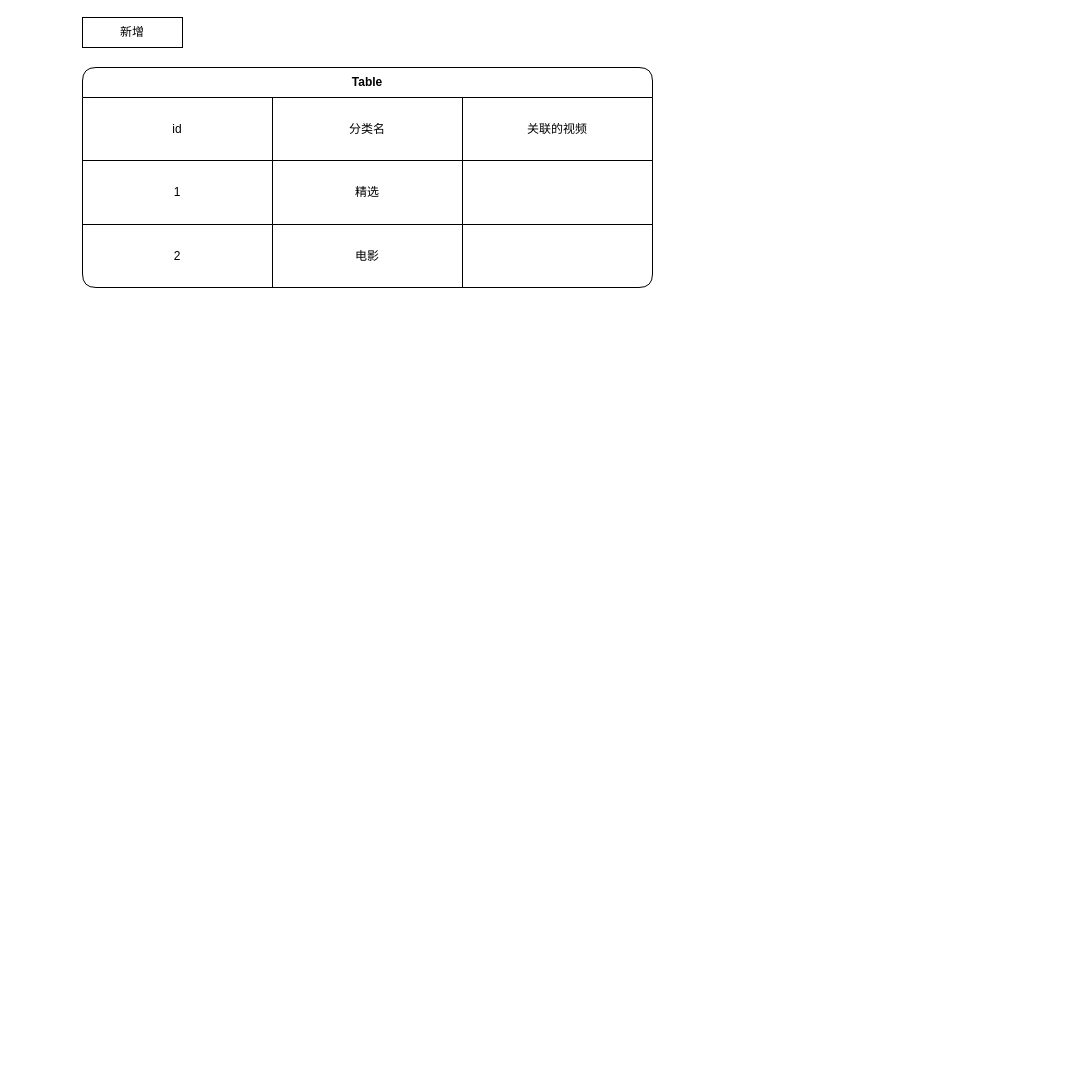
Earlier version of the draw.io diagram Untitled Diagram.drawio (sallypanda/myCharts). Source tidied: cells renumbered, new cells numbered last; positions are measured from the earlier drawing's top-left corner, leaving out a move shared by most shapes. Both pictures are drawn from the tidied source at 100%, with x=0, y=0 at pixel (82, 17).
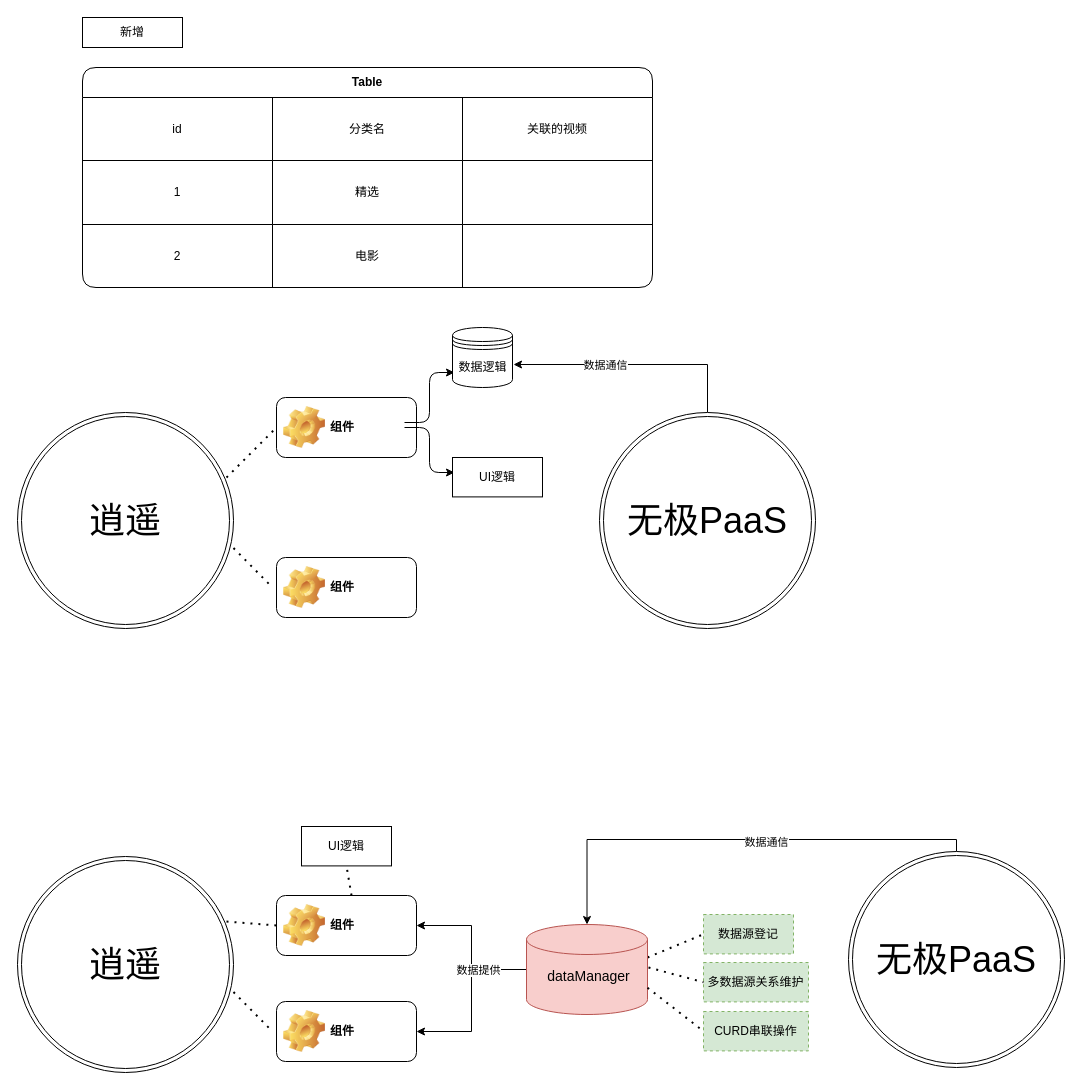
Above is the later version.

What changed in the source:
```diff
@@
+    <mxCell id="16" value="组件" style="label;whiteSpace=wrap;html=1;image=img/clipart/Gear_128x128.png;" parent="1" vertex="1">
+      <mxGeometry x="194" y="380" width="140" height="60" as="geometry" />
+    </mxCell>
+    <mxCell id="17" style="edgeStyle=elbowEdgeStyle;elbow=horizontal;endArrow=classic;html=1;" parent="1" edge="1">
+      <mxGeometry relative="1" as="geometry">
+        <mxPoint x="322" y="405" as="sourcePoint" />
+        <mxPoint x="372" y="355" as="targetPoint" />
+      </mxGeometry>
+    </mxCell>
+    <mxCell id="18" style="shape=datastore;whiteSpace=wrap;html=1;" parent="1" vertex="1">
+      <mxGeometry x="370" y="310" width="60" height="60" as="geometry" />
+    </mxCell>
+    <mxCell id="19" value="数据逻辑" style="text;html=1;align=center;verticalAlign=middle;points=[];" parent="1" vertex="1">
+      <mxGeometry x="370" y="340" width="60" height="20" as="geometry" />
+    </mxCell>
+    <mxCell id="20" style="edgeStyle=elbowEdgeStyle;elbow=horizontal;endArrow=classic;html=1;" parent="1" edge="1">
+      <mxGeometry relative="1" as="geometry">
+        <mxPoint x="322" y="410" as="sourcePoint" />
+        <mxPoint x="372" y="455" as="targetPoint" />
+        <Array as="points">
+          <mxPoint x="347" y="425" />
+        </Array>
+      </mxGeometry>
+    </mxCell>
+    <mxCell id="21" value="UI逻辑" style="html=1;whiteSpace=wrap;" parent="1" vertex="1">
+      <mxGeometry x="370" y="440" width="90" height="39.4" as="geometry" />
+    </mxCell>
+    <mxCell id="22" value="组件" style="label;whiteSpace=wrap;html=1;image=img/clipart/Gear_128x128.png;" parent="1" vertex="1">
+      <mxGeometry x="194" y="540" width="140" height="60" as="geometry" />
+    </mxCell>
+    <mxCell id="23" style="endArrow=none;dashed=1;html=1;dashPattern=1 3;strokeWidth=2;" parent="1" edge="1">
+      <mxGeometry relative="1" as="geometry">
+        <mxPoint x="144" y="460" as="sourcePoint" />
+        <mxPoint x="194" y="410" as="targetPoint" />
+      </mxGeometry>
+    </mxCell>
+    <mxCell id="24" style="endArrow=none;dashed=1;html=1;dashPattern=1 3;strokeWidth=2;" parent="1" edge="1">
+      <mxGeometry relative="1" as="geometry">
+        <mxPoint x="151" y="530.5" as="sourcePoint" />
+        <mxPoint x="190" y="570" as="targetPoint" />
+      </mxGeometry>
+    </mxCell>
+    <mxCell id="25" value="&lt;span style=&quot;font-size: 36px&quot;&gt;逍遥&lt;/span&gt;" style="ellipse;shape=doubleEllipse;whiteSpace=wrap;html=1;" parent="1" vertex="1">
+      <mxGeometry x="-65" y="395" width="216" height="216" as="geometry" />
+    </mxCell>
+    <mxCell id="26" style="edgeStyle=orthogonalEdgeStyle;rounded=0;jettySize=auto;html=1;exitX=0.5;exitY=0;exitDx=0;exitDy=0;entryX=1.017;entryY=0.35;entryDx=0;entryDy=0;entryPerimeter=0;" parent="1" edge="1" source="28" target="19">
+      <mxGeometry relative="1" as="geometry" />
+    </mxCell>
+    <mxCell id="27" value="数据通信" style="edgeLabel;html=1;align=center;verticalAlign=middle;" parent="26" vertex="1">
+      <mxGeometry x="0.25" relative="1" as="geometry" />
+    </mxCell>
+    <mxCell id="28" value="&lt;span style=&quot;font-size: 36px&quot;&gt;无极PaaS&lt;/span&gt;" style="ellipse;shape=doubleEllipse;whiteSpace=wrap;html=1;" parent="1" vertex="1">
+      <mxGeometry x="517" y="395" width="216" height="216" as="geometry" />
+    </mxCell>
+    <mxCell id="29" value="组件" style="label;whiteSpace=wrap;html=1;image=img/clipart/Gear_128x128.png;" parent="1" vertex="1">
+      <mxGeometry x="194" y="878" width="140" height="60" as="geometry" />
+    </mxCell>
+    <mxCell id="30" value="UI逻辑" style="html=1;whiteSpace=wrap;" parent="1" vertex="1">
+      <mxGeometry x="219" y="809" width="90" height="39.4" as="geometry" />
+    </mxCell>
+    <mxCell id="31" value="组件" style="label;whiteSpace=wrap;html=1;image=img/clipart/Gear_128x128.png;" parent="1" vertex="1">
+      <mxGeometry x="194" y="984" width="140" height="60" as="geometry" />
+    </mxCell>
+    <mxCell id="32" style="endArrow=none;dashed=1;html=1;dashPattern=1 3;strokeWidth=2;entryX=0;entryY=0.5;entryDx=0;entryDy=0;" parent="1" edge="1" target="29">
+      <mxGeometry relative="1" as="geometry">
+        <mxPoint x="144" y="904" as="sourcePoint" />
+      </mxGeometry>
+    </mxCell>
+    <mxCell id="33" style="endArrow=none;dashed=1;html=1;dashPattern=1 3;strokeWidth=2;" parent="1" edge="1">
+      <mxGeometry relative="1" as="geometry">
+        <mxPoint x="151" y="974.5" as="sourcePoint" />
+        <mxPoint x="190" y="1014" as="targetPoint" />
+      </mxGeometry>
+    </mxCell>
+    <mxCell id="34" value="&lt;span style=&quot;font-size: 36px&quot;&gt;逍遥&lt;/span&gt;" style="ellipse;shape=doubleEllipse;whiteSpace=wrap;html=1;" parent="1" vertex="1">
+      <mxGeometry x="-65" y="839" width="216" height="216" as="geometry" />
+    </mxCell>
+    <mxCell id="35" style="edgeStyle=orthogonalEdgeStyle;rounded=0;jettySize=auto;html=1;exitX=0.5;exitY=0;exitDx=0;exitDy=0;entryX=0.5;entryY=0;entryDx=0;entryDy=0;entryPerimeter=0;" parent="1" edge="1" source="37" target="44">
+      <mxGeometry relative="1" as="geometry">
+        <Array as="points">
+          <mxPoint x="874" y="822" />
+          <mxPoint x="505" y="822" />
+        </Array>
+      </mxGeometry>
+    </mxCell>
+    <mxCell id="36" value="数据通信" style="edgeLabel;html=1;align=center;verticalAlign=middle;" parent="35" vertex="1">
+      <mxGeometry x="-0.13" y="2" relative="1" as="geometry" />
+    </mxCell>
+    <mxCell id="37" value="&lt;span style=&quot;font-size: 36px&quot;&gt;无极PaaS&lt;/span&gt;" style="ellipse;shape=doubleEllipse;whiteSpace=wrap;html=1;" parent="1" vertex="1">
+      <mxGeometry x="766" y="834" width="216" height="216" as="geometry" />
+    </mxCell>
+    <mxCell id="38" style="endArrow=none;dashed=1;html=1;dashPattern=1 3;strokeWidth=2;entryX=0;entryY=0.5;entryDx=0;entryDy=0;" parent="1" edge="1" target="46">
+      <mxGeometry relative="1" as="geometry">
+        <mxPoint x="565" y="940" as="sourcePoint" />
+      </mxGeometry>
+    </mxCell>
+    <mxCell id="39" style="edgeStyle=orthogonalEdgeStyle;rounded=0;jettySize=auto;html=1;" parent="1" edge="1" source="44" target="31">
+      <mxGeometry relative="1" as="geometry" />
+    </mxCell>
+    <mxCell id="40" style="edgeStyle=orthogonalEdgeStyle;rounded=0;jettySize=auto;html=1;entryX=1;entryY=0.5;entryDx=0;entryDy=0;" parent="1" edge="1" source="44" target="29">
+      <mxGeometry relative="1" as="geometry" />
+    </mxCell>
+    <mxCell id="41" style="edgeLabel;html=1;align=center;verticalAlign=middle;" parent="40" vertex="1">
+      <mxGeometry x="-0.48" y="3" relative="1" as="geometry" />
+    </mxCell>
+    <mxCell id="42" style="edgeLabel;html=1;align=center;verticalAlign=middle;" parent="40" vertex="1">
+      <mxGeometry x="-0.4" y="-2" relative="1" as="geometry" />
+    </mxCell>
+    <mxCell id="43" value="数据提供" style="edgeLabel;html=1;align=center;verticalAlign=middle;" parent="40" vertex="1">
+      <mxGeometry x="-0.36" relative="1" as="geometry" />
+    </mxCell>
+    <mxCell id="44" style="shape=cylinder3;whiteSpace=wrap;html=1;boundedLbl=1;backgroundOutline=1;size=15;fillColor=#f8cecc;strokeColor=#b85450;" parent="1" vertex="1">
+      <mxGeometry x="444" y="907" width="121" height="90" as="geometry" />
+    </mxCell>
+    <mxCell id="45" value="&lt;font style=&quot;font-size: 14px&quot;&gt;dataManager&lt;/font&gt;" style="text;html=1;align=center;verticalAlign=middle;" parent="1" vertex="1">
+      <mxGeometry x="459" y="949" width="93" height="19" as="geometry" />
+    </mxCell>
+    <mxCell id="46" value="数据源登记" style="html=1;whiteSpace=wrap;fillColor=#d5e8d4;strokeColor=#82b366;dashed=1;" parent="1" vertex="1">
+      <mxGeometry x="621" y="897" width="90" height="39.4" as="geometry" />
+    </mxCell>
+    <mxCell id="47" value="多数据源关系维护" style="html=1;whiteSpace=wrap;fillColor=#d5e8d4;strokeColor=#82b366;dashed=1;" parent="1" vertex="1">
+      <mxGeometry x="621" y="945" width="105" height="39.4" as="geometry" />
+    </mxCell>
+    <mxCell id="48" value="CURD串联操作" style="html=1;whiteSpace=wrap;fillColor=#d5e8d4;strokeColor=#82b366;dashed=1;" parent="1" vertex="1">
+      <mxGeometry x="621" y="994" width="105" height="39.4" as="geometry" />
+    </mxCell>
+    <mxCell id="49" style="endArrow=none;dashed=1;html=1;dashPattern=1 3;strokeWidth=2;entryX=0;entryY=0.5;entryDx=0;entryDy=0;" parent="1" edge="1" target="47">
+      <mxGeometry relative="1" as="geometry">
+        <mxPoint x="566" y="950" as="sourcePoint" />
+      </mxGeometry>
+    </mxCell>
+    <mxCell id="50" style="endArrow=none;dashed=1;html=1;dashPattern=1 3;strokeWidth=2;entryX=0;entryY=0.5;entryDx=0;entryDy=0;" parent="1" edge="1" target="48">
+      <mxGeometry relative="1" as="geometry">
+        <mxPoint x="565" y="970.2" as="sourcePoint" />
+      </mxGeometry>
+    </mxCell>
+    <mxCell id="51" style="endArrow=none;dashed=1;html=1;dashPattern=1 3;strokeWidth=2;entryX=0.5;entryY=1;entryDx=0;entryDy=0;" parent="1" edge="1" target="30">
+      <mxGeometry relative="1" as="geometry">
+        <mxPoint x="269" y="878" as="sourcePoint" />
+      </mxGeometry>
+    </mxCell>
```
